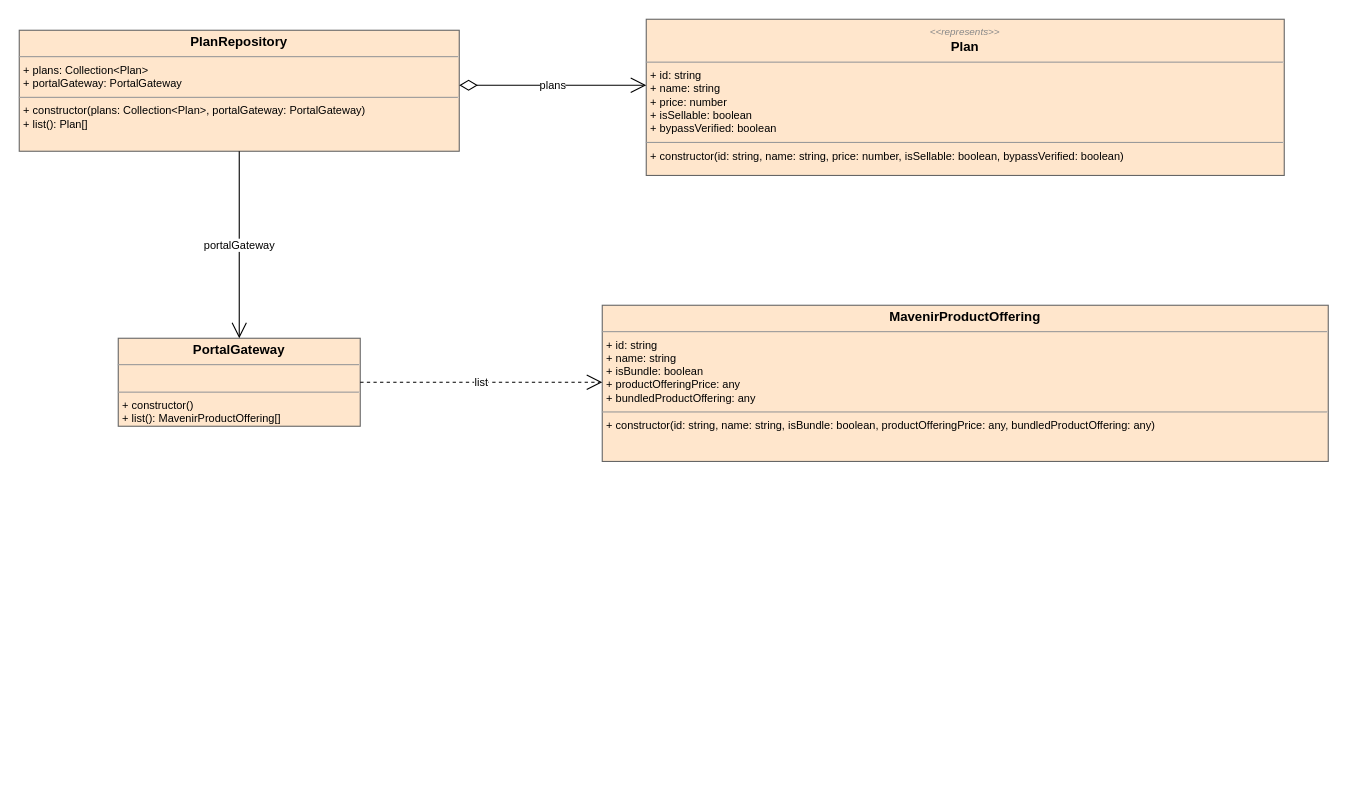
This is cdd_guidance/practices/clean_engineering/model/_examples/actual/from-typescript/to-drawio/plans/plans.drawio from abd-works/abd-context-driven-delivery, a draw.io file, before an edit. Source tidied: cells renumbered, new cells numbered last; positions are measured from the earlier drawing's top-left corner, leaving out a move shared by most shapes. Both pictures are drawn from the tidied source at 110%, with x=0, y=0 at pixel (19, 19).
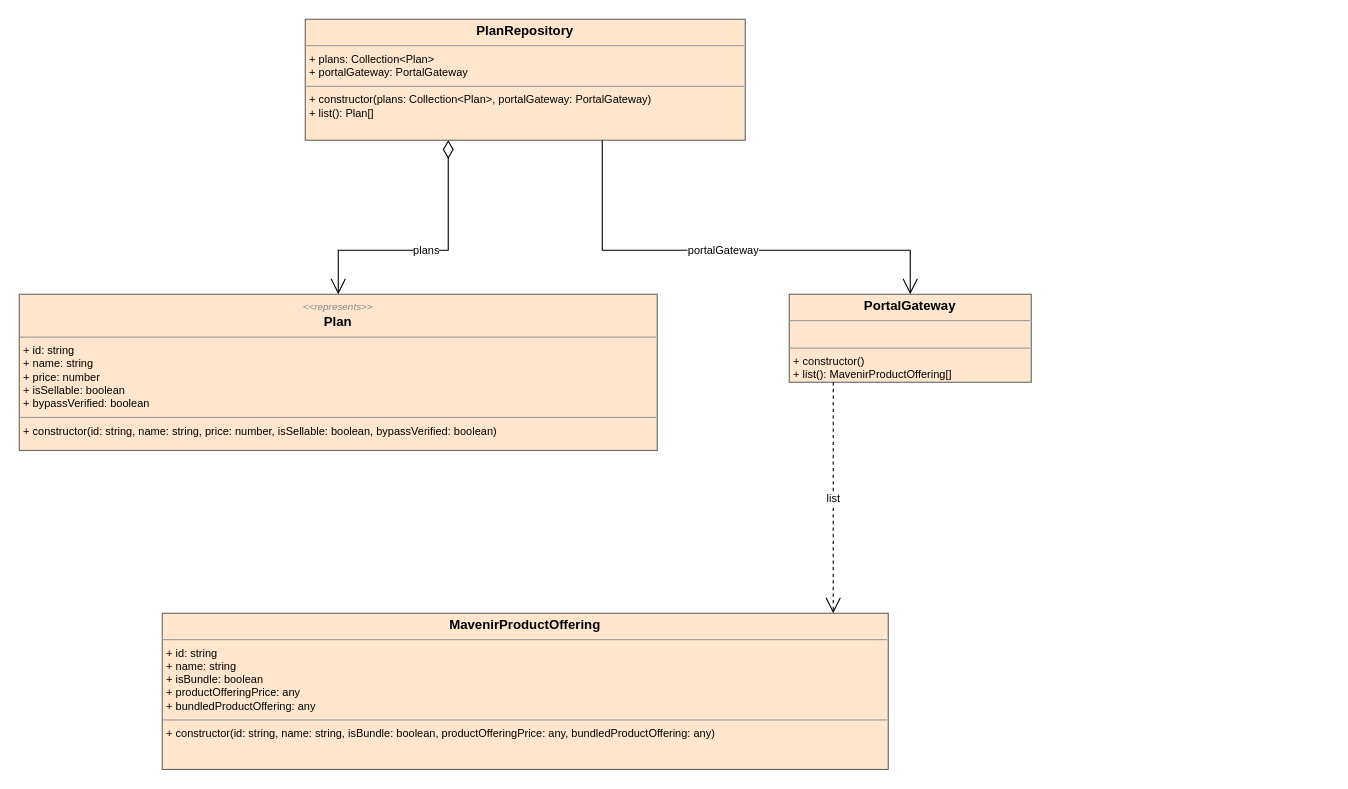
The same diagram, later.

Change to the diagram source:
```diff
@@
 <mxGraphModel>
   <root>
     <mxCell id="0" />
     <mxCell id="1" parent="0" />
     <mxCell id="2" value="&lt;p style=&quot;margin:0px;margin-top:4px;text-align:center;&quot;&gt;&lt;i style=&quot;font-size:9px;color:#888;&quot;&gt;&amp;lt;&amp;lt;represents&amp;gt;&amp;gt;&lt;/i&gt;&lt;br/&gt;&lt;b&gt;Plan&lt;/b&gt;&lt;/p&gt;&lt;hr size=&quot;1&quot;/&gt;&lt;p style=&quot;margin:0px;margin-left:4px;font-size:10px;&quot;&gt;+ id: string&lt;br/&gt;+ name: string&lt;br/&gt;+ price: number&lt;br/&gt;+ isSellable: boolean&lt;br/&gt;+ bypassVerified: boolean&lt;br/&gt;&lt;/p&gt;&lt;hr size=&quot;1&quot;/&gt;&lt;p style=&quot;margin:0px;margin-left:4px;font-size:10px;&quot;&gt;+ constructor(id: string, name: string, price: number, isSellable: boolean, bypassVerified: boolean)&lt;br/&gt;&lt;/p&gt;" style="verticalAlign=top;align=left;overflow=fill;fontSize=12;fontFamily=Helvetica;html=1;whiteSpace=wrap;fillColor=#ffe6cc;strokeColor=#666666;module=Plans;" parent="1" vertex="1">
-      <mxGeometry x="570" width="580" height="142" as="geometry" />
+      <mxGeometry y="250" width="580" height="142" as="geometry" />
     </mxCell>
     <mxCell id="3" value="&lt;p style=&quot;margin:0px;margin-top:4px;text-align:center;&quot;&gt;&lt;b&gt;PlanRepository&lt;/b&gt;&lt;/p&gt;&lt;hr size=&quot;1&quot;/&gt;&lt;p style=&quot;margin:0px;margin-left:4px;font-size:10px;&quot;&gt;+ plans: Collection&amp;lt;Plan&amp;gt;&lt;br/&gt;+ portalGateway: PortalGateway&lt;br/&gt;&lt;/p&gt;&lt;hr size=&quot;1&quot;/&gt;&lt;p style=&quot;margin:0px;margin-left:4px;font-size:10px;&quot;&gt;+ constructor(plans: Collection&amp;lt;Plan&amp;gt;, portalGateway: PortalGateway)&lt;br/&gt;+ list(): Plan[]&lt;br/&gt;&lt;/p&gt;" style="verticalAlign=top;align=left;overflow=fill;fontSize=12;fontFamily=Helvetica;html=1;whiteSpace=wrap;fillColor=#ffe6cc;strokeColor=#666666;module=Plans;" parent="1" vertex="1">
-      <mxGeometry y="10" width="400" height="110" as="geometry" />
+      <mxGeometry x="260" width="400" height="110" as="geometry" />
     </mxCell>
     <mxCell id="4" value="&lt;p style=&quot;margin:0px;margin-top:4px;text-align:center;&quot;&gt;&lt;b&gt;MavenirProductOffering&lt;/b&gt;&lt;/p&gt;&lt;hr size=&quot;1&quot;/&gt;&lt;p style=&quot;margin:0px;margin-left:4px;font-size:10px;&quot;&gt;+ id: string&lt;br/&gt;+ name: string&lt;br/&gt;+ isBundle: boolean&lt;br/&gt;+ productOfferingPrice: any&lt;br/&gt;+ bundledProductOffering: any&lt;br/&gt;&lt;/p&gt;&lt;hr size=&quot;1&quot;/&gt;&lt;p style=&quot;margin:0px;margin-left:4px;font-size:10px;&quot;&gt;+ constructor(id: string, name: string, isBundle: boolean, productOfferingPrice: any, bundledProductOffering: any)&lt;br/&gt;&lt;/p&gt;" style="verticalAlign=top;align=left;overflow=fill;fontSize=12;fontFamily=Helvetica;html=1;whiteSpace=wrap;fillColor=#ffe6cc;strokeColor=#666666;module=Plans;" parent="1" vertex="1">
-      <mxGeometry x="530" y="260" width="660" height="142" as="geometry" />
+      <mxGeometry x="130" y="540" width="660" height="142" as="geometry" />
     </mxCell>
     <mxCell id="5" value="&lt;p style=&quot;margin:0px;margin-top:4px;text-align:center;&quot;&gt;&lt;b&gt;PortalGateway&lt;/b&gt;&lt;/p&gt;&lt;hr size=&quot;1&quot;/&gt;&lt;p style=&quot;margin:0px;margin-left:4px;font-size:10px;&quot;&gt;&lt;br/&gt;&lt;/p&gt;&lt;hr size=&quot;1&quot;/&gt;&lt;p style=&quot;margin:0px;margin-left:4px;font-size:10px;&quot;&gt;+ constructor()&lt;br/&gt;+ list(): MavenirProductOffering[]&lt;br/&gt;&lt;/p&gt;" style="verticalAlign=top;align=left;overflow=fill;fontSize=12;fontFamily=Helvetica;html=1;whiteSpace=wrap;fillColor=#ffe6cc;strokeColor=#666666;module=Plans;" parent="1" vertex="1">
-      <mxGeometry x="90" y="290" width="220" height="80" as="geometry" />
+      <mxGeometry x="700" y="250" width="220" height="80" as="geometry" />
     </mxCell>
-    <mxCell id="6" value="plans" style="edgeStyle=orthogonalEdgeStyle;rounded=0;html=1;fontSize=10;labelBackgroundColor=#ffffff;startArrow=diamondThin;startFill=0;startSize=14;endArrow=open;endSize=12;exitX=1.0;exitY=0.4545;exitDx=0;exitDy=0;exitPerimeter=0;entryX=0.0;entryY=0.4225;entryDx=0;entryDy=0;entryPerimeter=0;" parent="1" edge="1" source="3" target="2">
-      <mxGeometry relative="1" as="geometry" />
+    <mxCell id="6" value="plans" style="edgeStyle=orthogonalEdgeStyle;rounded=0;html=1;fontSize=10;labelBackgroundColor=#ffffff;startArrow=diamondThin;startFill=0;startSize=14;endArrow=open;endSize=12;exitX=0.325;exitY=1.0;exitDx=0;exitDy=0;exitPerimeter=0;entryX=0.5;entryY=0.0;entryDx=0;entryDy=0;entryPerimeter=0;" parent="1" edge="1" source="3" target="2">
+      <mxGeometry relative="1" as="geometry">
+        <Array as="points">
+          <mxPoint x="390" y="210" />
+          <mxPoint x="290" y="210" />
+        </Array>
+      </mxGeometry>
     </mxCell>
-    <mxCell id="7" value="portalGateway" style="edgeStyle=orthogonalEdgeStyle;rounded=0;html=1;fontSize=10;labelBackgroundColor=#ffffff;endArrow=open;endSize=12;exitX=0.5;exitY=1.0;exitDx=0;exitDy=0;exitPerimeter=0;entryX=0.5;entryY=0.0;entryDx=0;entryDy=0;entryPerimeter=0;" parent="1" edge="1" source="3" target="5">
-      <mxGeometry relative="1" as="geometry" />
+    <mxCell id="7" value="portalGateway" style="edgeStyle=orthogonalEdgeStyle;rounded=0;html=1;fontSize=10;labelBackgroundColor=#ffffff;endArrow=open;endSize=12;exitX=0.675;exitY=1.0;exitDx=0;exitDy=0;exitPerimeter=0;entryX=0.5;entryY=0.0;entryDx=0;entryDy=0;entryPerimeter=0;" parent="1" edge="1" source="3" target="5">
+      <mxGeometry relative="1" as="geometry">
+        <Array as="points">
+          <mxPoint x="530" y="210" />
+          <mxPoint x="810" y="210" />
+        </Array>
+      </mxGeometry>
     </mxCell>
-    <mxCell id="8" value="list" style="edgeStyle=orthogonalEdgeStyle;rounded=0;html=1;fontSize=10;labelBackgroundColor=#ffffff;dashed=1;endArrow=open;endSize=12;exitX=1.0;exitY=0.5;exitDx=0;exitDy=0;exitPerimeter=0;entryX=0.0;entryY=0.493;entryDx=0;entryDy=0;entryPerimeter=0;" parent="1" edge="1" source="5" target="4">
+    <mxCell id="8" value="list" style="edgeStyle=orthogonalEdgeStyle;rounded=0;html=1;fontSize=10;labelBackgroundColor=#ffffff;dashed=1;endArrow=open;endSize=12;exitX=0.1818;exitY=1.0;exitDx=0;exitDy=0;exitPerimeter=0;entryX=0.9242;entryY=0.0;entryDx=0;entryDy=0;entryPerimeter=0;" parent="1" edge="1" source="5" target="4">
       <mxGeometry relative="1" as="geometry" />
     </mxCell>
   </root>
 </mxGraphModel>
```
